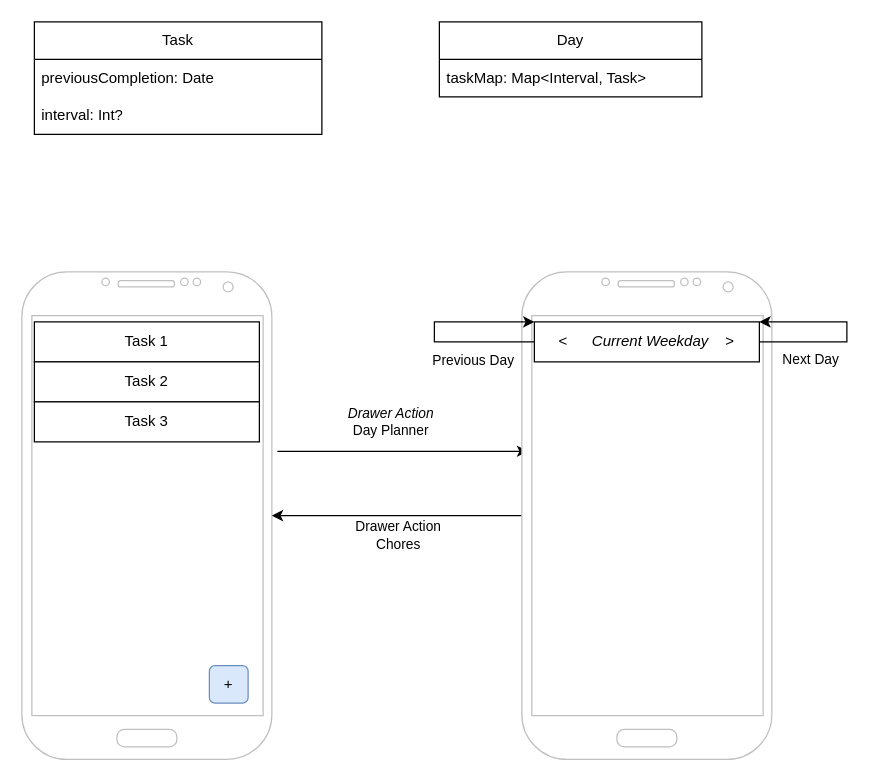
Above: day-planner.drawio in meik99/SimpleChores (draw.io), before the change. Source tidied: cells renumbered, new cells numbered last; positions are measured from the earlier drawing's top-left corner, leaving out a move shared by most shapes. Both pictures are drawn from the tidied source at 125%, with x=0, y=0 at pixel (21, 21).
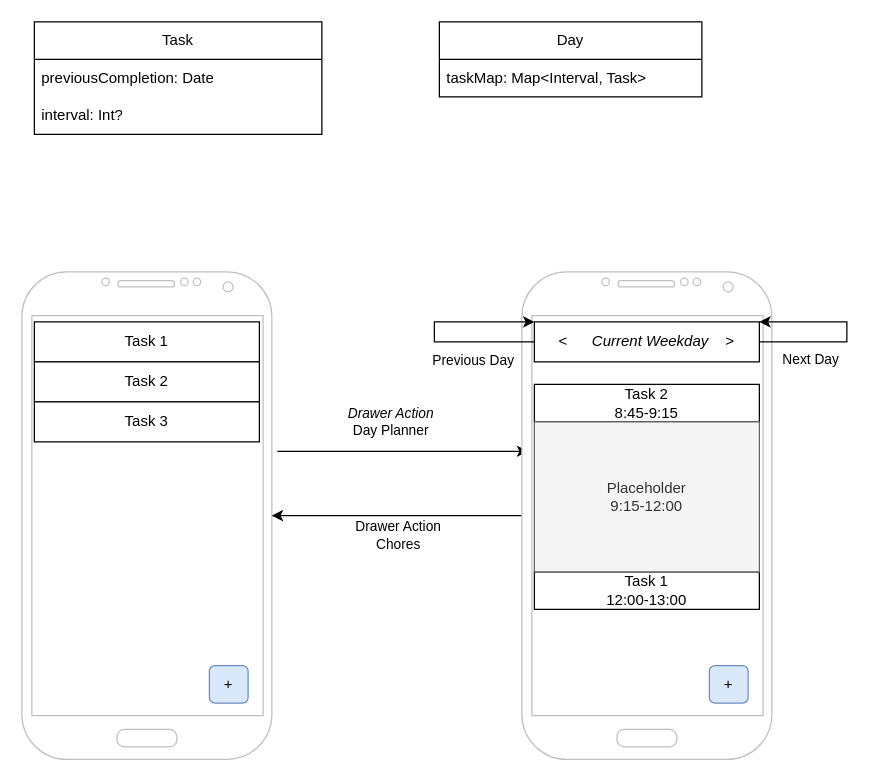
The same page after the edit.

Diff of the diagram source:
```diff
@@
+    <mxCell id="22" value="&lt;div&gt;Task 2&lt;/div&gt;8:45-9:15" style="rounded=0;whiteSpace=wrap;html=1;" parent="1" vertex="1">
+      <mxGeometry x="410" y="290" width="180" height="30" as="geometry" />
+    </mxCell>
+    <mxCell id="23" value="&lt;div&gt;Task 1&lt;br&gt;&lt;/div&gt;12:00-13:00" style="rounded=0;whiteSpace=wrap;html=1;" parent="1" vertex="1">
+      <mxGeometry x="410" y="440" width="180" height="30" as="geometry" />
+    </mxCell>
+    <mxCell id="24" value="&lt;div&gt;Placeholder&lt;br&gt;&lt;/div&gt;9:15-12:00" style="rounded=0;whiteSpace=wrap;html=1;fillColor=#f5f5f5;fontColor=#333333;strokeColor=#666666;" parent="1" vertex="1">
+      <mxGeometry x="410" y="320" width="180" height="120" as="geometry" />
+    </mxCell>
+    <mxCell id="25" value="+" style="rounded=1;whiteSpace=wrap;html=1;fillColor=#dae8fc;strokeColor=#6c8ebf;" parent="1" vertex="1">
+      <mxGeometry x="550" y="515" width="31" height="30" as="geometry" />
+    </mxCell>
```
